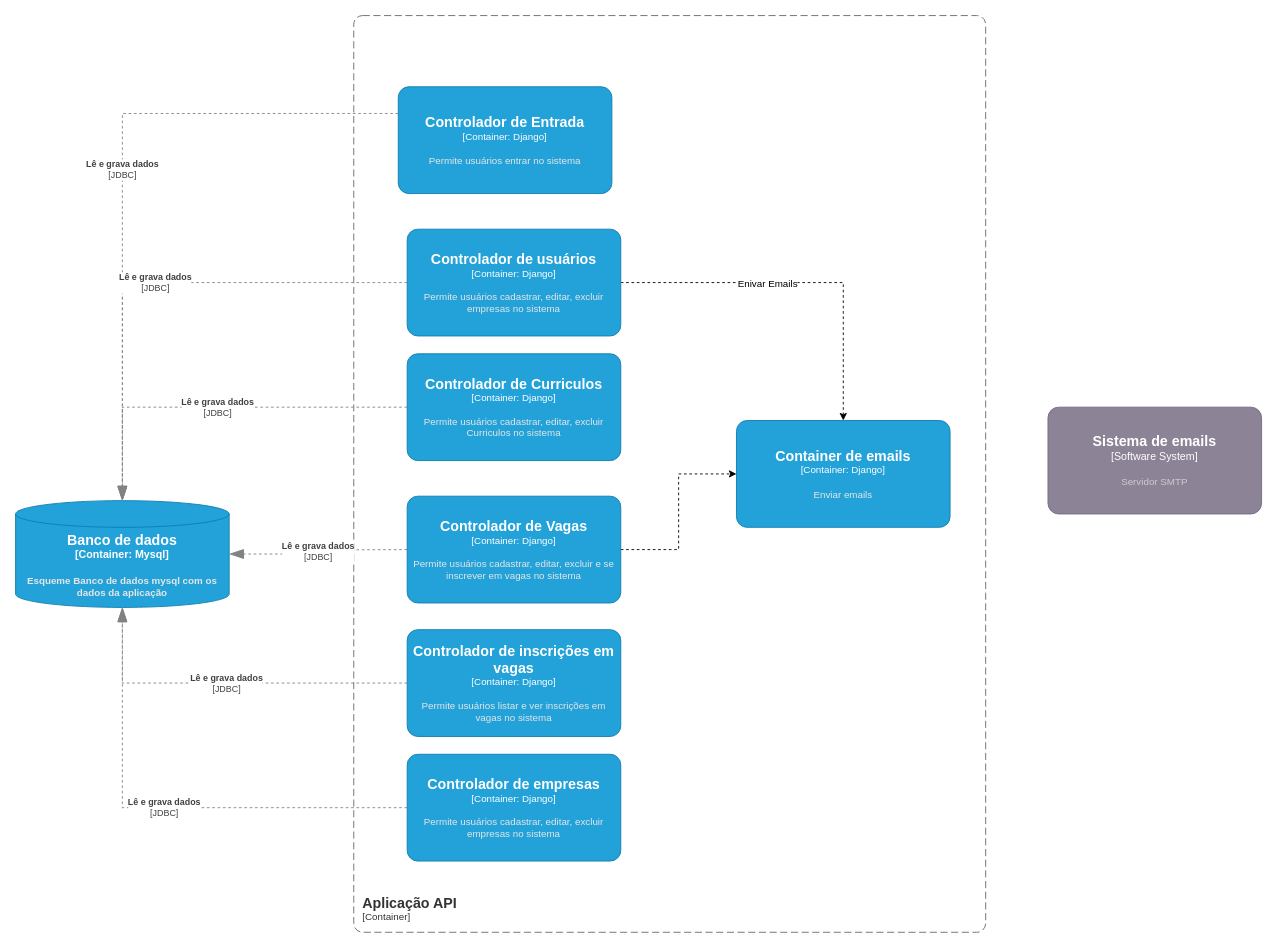
Before: page "C4_componente" (3 of 4) of Diagrama_Casos_De_uso/Diagrama sem nome.drawio in eribaru/erijobs, a draw.io diagram. Source tidied: cells renumbered, new cells numbered last; positions are measured from the earlier drawing's top-left corner, leaving out a move shared by most shapes. Both pictures are drawn from the tidied source at 89%, with x=0, y=0 at pixel (15, 15).
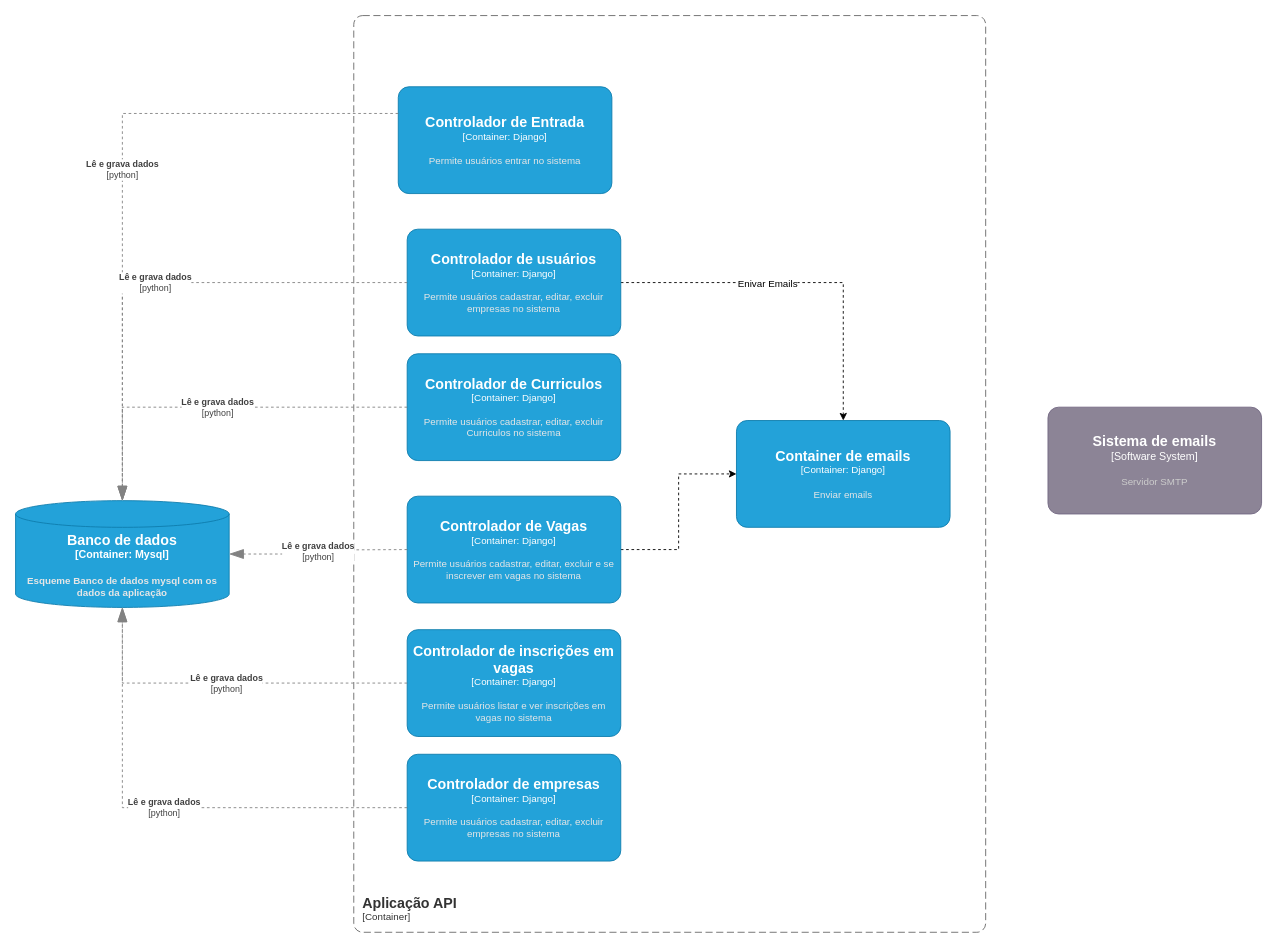
The same page after the edit.

Unchanged cells that the change refers to:
```xml
<object id="4" label="&lt;font style=&quot;font-size: 16px&quot;&gt;&lt;b&gt;%c4Name%&lt;/b&gt;&lt;/font&gt;&lt;div&gt;[%c4Type%: %c4Technology%]&lt;/div&gt;&lt;br&gt;&lt;div&gt;&lt;font style=&quot;font-size: 11px&quot;&gt;&lt;font color=&quot;#E6E6E6&quot;&gt;%c4Description%&lt;/font&gt;&lt;/div&gt;" c4Description="Permite usuários entrar no sistema" c4Name="Controlador de Entrada" c4Technology="Django" c4Type="Container" placeholders="1">
  <mxCell style="rounded=1;whiteSpace=wrap;html=1;fontSize=11;labelBackgroundColor=none;fillColor=#23A2D9;fontColor=#ffffff;align=center;arcSize=10;strokeColor=#0E7DAD;points=[[0.25,0,0],[0.5,0,0],[0.75,0,0],[1,0.25,0],[1,0.5,0],[1,0.75,0],[0.75,1,0],[0.5,1,0],[0.25,1,0],[0,0.75,0],[0,0.5,0],[0,0.25,0]];shadow=0;glass=0;sketch=0;" parent="1" vertex="1">
    <mxGeometry x="430" y="80" width="240" height="120" as="geometry" />
  </mxCell>
</object>
<object id="7" label="&lt;font style=&quot;font-size: 16px&quot;&gt;&lt;b&gt;%c4Name%&lt;/b&gt;&lt;/font&gt;&lt;div&gt;[%c4Type%: %c4Technology%]&lt;/div&gt;&lt;br&gt;&lt;div&gt;&lt;font style=&quot;font-size: 11px&quot;&gt;&lt;font color=&quot;#E6E6E6&quot;&gt;%c4Description%&lt;/font&gt;&lt;/div&gt;" c4Description="Permite usuários cadastrar, editar, excluir Curriculos no sistema" c4Name="Controlador de Curriculos" c4Technology="Django" c4Type="Container" placeholders="1">
  <mxCell style="rounded=1;whiteSpace=wrap;html=1;fontSize=11;labelBackgroundColor=none;fillColor=#23A2D9;fontColor=#ffffff;align=center;arcSize=10;strokeColor=#0E7DAD;points=[[0.25,0,0],[0.5,0,0],[0.75,0,0],[1,0.25,0],[1,0.5,0],[1,0.75,0],[0.75,1,0],[0.5,1,0],[0.25,1,0],[0,0.75,0],[0,0.5,0],[0,0.25,0]];shadow=0;glass=0;sketch=0;" parent="1" vertex="1">
    <mxGeometry x="440" y="380" width="240" height="120" as="geometry" />
  </mxCell>
</object>
<object id="8" label="&lt;font style=&quot;font-size: 16px&quot;&gt;&lt;b&gt;%c4Name%&lt;/b&gt;&lt;/font&gt;&lt;div&gt;[%c4Type%: %c4Technology%]&lt;/div&gt;&lt;br&gt;&lt;div&gt;&lt;font style=&quot;font-size: 11px&quot;&gt;&lt;font color=&quot;#E6E6E6&quot;&gt;%c4Description%&lt;/font&gt;&lt;/div&gt;" c4Description="Permite usuários cadastrar, editar, excluir empresas no sistema" c4Name="Controlador de empresas " c4Technology="Django" c4Type="Container" placeholders="1">
  <mxCell style="rounded=1;whiteSpace=wrap;html=1;fontSize=11;labelBackgroundColor=none;fillColor=#23A2D9;fontColor=#ffffff;align=center;arcSize=10;strokeColor=#0E7DAD;points=[[0.25,0,0],[0.5,0,0],[0.75,0,0],[1,0.25,0],[1,0.5,0],[1,0.75,0],[0.75,1,0],[0.5,1,0],[0.25,1,0],[0,0.75,0],[0,0.5,0],[0,0.25,0]];shadow=0;glass=0;sketch=0;" parent="1" vertex="1">
    <mxGeometry x="440" y="830" width="240" height="120" as="geometry" />
  </mxCell>
</object>
<object id="11" label="&lt;font style=&quot;font-size: 16px&quot;&gt;&lt;b&gt;%c4Name%&lt;/b&gt;&lt;/font&gt;&lt;div&gt;[%c4Type%: %c4Technology%]&lt;/div&gt;&lt;br&gt;&lt;div&gt;&lt;font style=&quot;font-size: 11px&quot;&gt;&lt;font color=&quot;#E6E6E6&quot;&gt;%c4Description%&lt;/font&gt;&lt;/div&gt;" c4Description="Permite usuários cadastrar, editar, excluir empresas no sistema" c4Name="Controlador de usuários" c4Technology="Django" c4Type="Container" placeholders="1">
  <mxCell style="rounded=1;whiteSpace=wrap;html=1;fontSize=11;labelBackgroundColor=none;fillColor=#23A2D9;fontColor=#ffffff;align=center;arcSize=10;strokeColor=#0E7DAD;points=[[0.25,0,0],[0.5,0,0],[0.75,0,0],[1,0.25,0],[1,0.5,0],[1,0.75,0],[0.75,1,0],[0.5,1,0],[0.25,1,0],[0,0.75,0],[0,0.5,0],[0,0.25,0]];shadow=0;glass=0;sketch=0;" parent="1" vertex="1">
    <mxGeometry x="440" y="240" width="240" height="120" as="geometry" />
  </mxCell>
</object>
<object id="12" label="&lt;font style=&quot;font-size: 16px&quot;&gt;&lt;b&gt;%c4Name%&lt;/b&gt;&lt;/font&gt;&lt;div&gt;[%c4Type%: %c4Technology%]&lt;/div&gt;&lt;br&gt;&lt;div&gt;&lt;font style=&quot;font-size: 11px&quot;&gt;&lt;font color=&quot;#E6E6E6&quot;&gt;%c4Description%&lt;/font&gt;&lt;/div&gt;" c4Description="Permite usuários listar e ver inscrições em vagas no sistema" c4Name="Controlador de inscrições em vagas" c4Technology="Django" c4Type="Container" placeholders="1">
  <mxCell style="rounded=1;whiteSpace=wrap;html=1;fontSize=11;labelBackgroundColor=none;fillColor=#23A2D9;fontColor=#ffffff;align=center;arcSize=10;strokeColor=#0E7DAD;points=[[0.25,0,0],[0.5,0,0],[0.75,0,0],[1,0.25,0],[1,0.5,0],[1,0.75,0],[0.75,1,0],[0.5,1,0],[0.25,1,0],[0,0.75,0],[0,0.5,0],[0,0.25,0]];shadow=0;glass=0;sketch=0;" parent="1" vertex="1">
    <mxGeometry x="440" y="690" width="240" height="120" as="geometry" />
  </mxCell>
</object>
<object id="13" label="&lt;font style=&quot;font-size: 16px&quot;&gt;&lt;b&gt;%c4Type%&lt;/font&gt;&lt;div&gt;[%c4Container%:&amp;nbsp;%c4Technology%]&lt;/div&gt;&lt;br&gt;&lt;div&gt;&lt;font style=&quot;font-size: 11px&quot;&gt;&lt;font color=&quot;#E6E6E6&quot;&gt;%c4Description%&lt;/font&gt;&lt;/div&gt;" c4Container="Container" c4Description="Esqueme Banco de dados mysql com os dados da aplicação" c4Technology="Mysql" c4Type="Banco de dados" placeholders="1">
  <mxCell style="shape=cylinder3;size=15;whiteSpace=wrap;html=1;boundedLbl=1;rounded=0;labelBackgroundColor=none;fillColor=#23A2D9;fontSize=12;fontColor=#ffffff;align=center;strokeColor=#0E7DAD;points=[[0.5,0,0],[1,0.25,0],[1,0.5,0],[1,0.75,0],[0.5,1,0],[0,0.75,0],[0,0.5,0],[0,0.25,0]];" parent="1" vertex="1">
    <mxGeometry y="545" width="240" height="120" as="geometry" />
  </mxCell>
</object>
```

What changed in the source:
```diff
@@
-    <object id="14" label="&lt;div style=&quot;text-align: left&quot;&gt;&lt;div style=&quot;text-align: center&quot;&gt;&lt;b&gt;%c4Description%&lt;/b&gt;&lt;/div&gt;&lt;div style=&quot;text-align: center&quot;&gt;[%c4Technology%]&lt;/div&gt;&lt;/div&gt;" c4Description="Lê e grava dados" c4Technology="JDBC" placeholders="1">
+    <object id="14" label="&lt;div style=&quot;text-align: left&quot;&gt;&lt;div style=&quot;text-align: center&quot;&gt;&lt;b&gt;%c4Description%&lt;/b&gt;&lt;/div&gt;&lt;div style=&quot;text-align: center&quot;&gt;[%c4Technology%]&lt;/div&gt;&lt;/div&gt;" c4Description="Lê e grava dados" c4Technology="python" placeholders="1">
       <mxCell style="endArrow=blockThin;html=1;fontSize=10;fontColor=#404040;strokeWidth=1;endFill=1;strokeColor=#828282;elbow=vertical;endSize=14;startSize=14;jumpStyle=arc;jumpSize=16;rounded=0;edgeStyle=orthogonalEdgeStyle;dashed=1;entryX=0.5;entryY=0;entryDx=0;entryDy=0;entryPerimeter=0;" parent="1" edge="1" source="7" target="13">
         <mxGeometry relative="1" as="geometry">
           <Array as="points">
             <mxPoint x="120" y="440" />
           </Array>
         </mxGeometry>
       </mxCell>
     </object>
-    <object id="15" label="&lt;div style=&quot;text-align: left&quot;&gt;&lt;div style=&quot;text-align: center&quot;&gt;&lt;b&gt;%c4Description%&lt;/b&gt;&lt;/div&gt;&lt;div style=&quot;text-align: center&quot;&gt;[%c4Technology%]&lt;/div&gt;&lt;/div&gt;" c4Description="Lê e grava dados" c4Technology="JDBC" placeholders="1">
+    <object id="15" label="&lt;div style=&quot;text-align: left&quot;&gt;&lt;div style=&quot;text-align: center&quot;&gt;&lt;b&gt;%c4Description%&lt;/b&gt;&lt;/div&gt;&lt;div style=&quot;text-align: center&quot;&gt;[%c4Technology%]&lt;/div&gt;&lt;/div&gt;" c4Description="Lê e grava dados" c4Technology="python" placeholders="1">
       <mxCell style="endArrow=blockThin;html=1;fontSize=10;fontColor=#404040;strokeWidth=1;endFill=1;strokeColor=#828282;elbow=vertical;endSize=14;startSize=14;jumpStyle=arc;jumpSize=16;rounded=0;edgeStyle=orthogonalEdgeStyle;dashed=1;exitX=0;exitY=0.25;exitDx=0;exitDy=0;exitPerimeter=0;" parent="1" edge="1" source="4" target="13">
         <mxGeometry relative="1" as="geometry" />
       </mxCell>
     </object>
-    <object id="16" label="&lt;div style=&quot;text-align: left&quot;&gt;&lt;div style=&quot;text-align: center&quot;&gt;&lt;b&gt;%c4Description%&lt;/b&gt;&lt;/div&gt;&lt;div style=&quot;text-align: center&quot;&gt;[%c4Technology%]&lt;/div&gt;&lt;/div&gt;" c4Description="Lê e grava dados" c4Technology="JDBC" placeholders="1">
+    <object id="16" label="&lt;div style=&quot;text-align: left&quot;&gt;&lt;div style=&quot;text-align: center&quot;&gt;&lt;b&gt;%c4Description%&lt;/b&gt;&lt;/div&gt;&lt;div style=&quot;text-align: center&quot;&gt;[%c4Technology%]&lt;/div&gt;&lt;/div&gt;" c4Description="Lê e grava dados" c4Technology="python" placeholders="1">
       <mxCell style="endArrow=blockThin;html=1;fontSize=10;fontColor=#404040;strokeWidth=1;endFill=1;strokeColor=#828282;elbow=vertical;endSize=14;startSize=14;jumpStyle=arc;jumpSize=16;rounded=0;edgeStyle=orthogonalEdgeStyle;dashed=1;" parent="1" edge="1" source="11" target="13">
         <mxGeometry relative="1" as="geometry" />
       </mxCell>
     </object>
-    <object id="17" label="&lt;div style=&quot;text-align: left&quot;&gt;&lt;div style=&quot;text-align: center&quot;&gt;&lt;b&gt;%c4Description%&lt;/b&gt;&lt;/div&gt;&lt;div style=&quot;text-align: center&quot;&gt;[%c4Technology%]&lt;/div&gt;&lt;/div&gt;" c4Description="Lê e grava dados" c4Technology="JDBC" placeholders="1">
+    <object id="17" label="&lt;div style=&quot;text-align: left&quot;&gt;&lt;div style=&quot;text-align: center&quot;&gt;&lt;b&gt;%c4Description%&lt;/b&gt;&lt;/div&gt;&lt;div style=&quot;text-align: center&quot;&gt;[%c4Technology%]&lt;/div&gt;&lt;/div&gt;" c4Description="Lê e grava dados" c4Technology="python" placeholders="1">
       <mxCell style="endArrow=blockThin;html=1;fontSize=10;fontColor=#404040;strokeWidth=1;endFill=1;strokeColor=#828282;elbow=vertical;endSize=14;startSize=14;jumpStyle=arc;jumpSize=16;rounded=0;edgeStyle=orthogonalEdgeStyle;dashed=1;exitX=0;exitY=0.5;exitDx=0;exitDy=0;exitPerimeter=0;entryX=0.5;entryY=1;entryDx=0;entryDy=0;entryPerimeter=0;" parent="1" edge="1" source="12" target="13">
         <mxGeometry relative="1" as="geometry">
           <Array as="points">
             <mxPoint x="120" y="750" />
           </Array>
         </mxGeometry>
       </mxCell>
     </object>
-    <object id="18" label="&lt;div style=&quot;text-align: left&quot;&gt;&lt;div style=&quot;text-align: center&quot;&gt;&lt;b&gt;%c4Description%&lt;/b&gt;&lt;/div&gt;&lt;div style=&quot;text-align: center&quot;&gt;[%c4Technology%]&lt;/div&gt;&lt;/div&gt;" c4Description="Lê e grava dados" c4Technology="JDBC" placeholders="1">
+    <object id="18" label="&lt;div style=&quot;text-align: left&quot;&gt;&lt;div style=&quot;text-align: center&quot;&gt;&lt;b&gt;%c4Description%&lt;/b&gt;&lt;/div&gt;&lt;div style=&quot;text-align: center&quot;&gt;[%c4Technology%]&lt;/div&gt;&lt;/div&gt;" c4Description="Lê e grava dados" c4Technology="python" placeholders="1">
       <mxCell style="endArrow=blockThin;html=1;fontSize=10;fontColor=#404040;strokeWidth=1;endFill=1;strokeColor=#828282;elbow=vertical;endSize=14;startSize=14;jumpStyle=arc;jumpSize=16;rounded=0;edgeStyle=orthogonalEdgeStyle;dashed=1;entryX=1;entryY=0.5;entryDx=0;entryDy=0;entryPerimeter=0;" parent="1" edge="1" target="13">
         <mxGeometry relative="1" as="geometry">
           <mxPoint x="440" y="600" as="sourcePoint" />
         </mxGeometry>
       </mxCell>
     </object>
-    <object id="19" label="&lt;div style=&quot;text-align: left&quot;&gt;&lt;div style=&quot;text-align: center&quot;&gt;&lt;b&gt;%c4Description%&lt;/b&gt;&lt;/div&gt;&lt;div style=&quot;text-align: center&quot;&gt;[%c4Technology%]&lt;/div&gt;&lt;/div&gt;" c4Description="Lê e grava dados" c4Technology="JDBC" placeholders="1">
+    <object id="19" label="&lt;div style=&quot;text-align: left&quot;&gt;&lt;div style=&quot;text-align: center&quot;&gt;&lt;b&gt;%c4Description%&lt;/b&gt;&lt;/div&gt;&lt;div style=&quot;text-align: center&quot;&gt;[%c4Technology%]&lt;/div&gt;&lt;/div&gt;" c4Description="Lê e grava dados" c4Technology="python" placeholders="1">
       <mxCell style="endArrow=blockThin;html=1;fontSize=10;fontColor=#404040;strokeWidth=1;endFill=1;strokeColor=#828282;elbow=vertical;endSize=14;startSize=14;jumpStyle=arc;jumpSize=16;rounded=0;edgeStyle=orthogonalEdgeStyle;dashed=1;entryX=0.5;entryY=1;entryDx=0;entryDy=0;entryPerimeter=0;" parent="1" edge="1" source="8" target="13">
         <mxGeometry relative="1" as="geometry" />
       </mxCell>
     </object>
```
